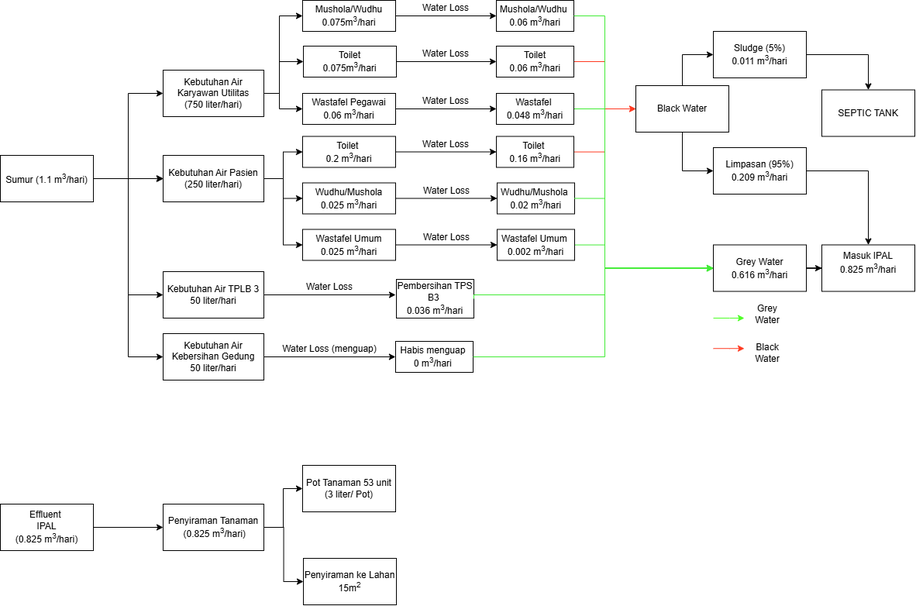
Earlier version of the draw.io export Neraca Air Klinik Surya Medika.drawio.png (famowoiii/envimos_sensot). Source tidied: cells renumbered, new cells last; positions are measured from the earlier drawing's top-left corner, leaving out a move shared by most shapes.
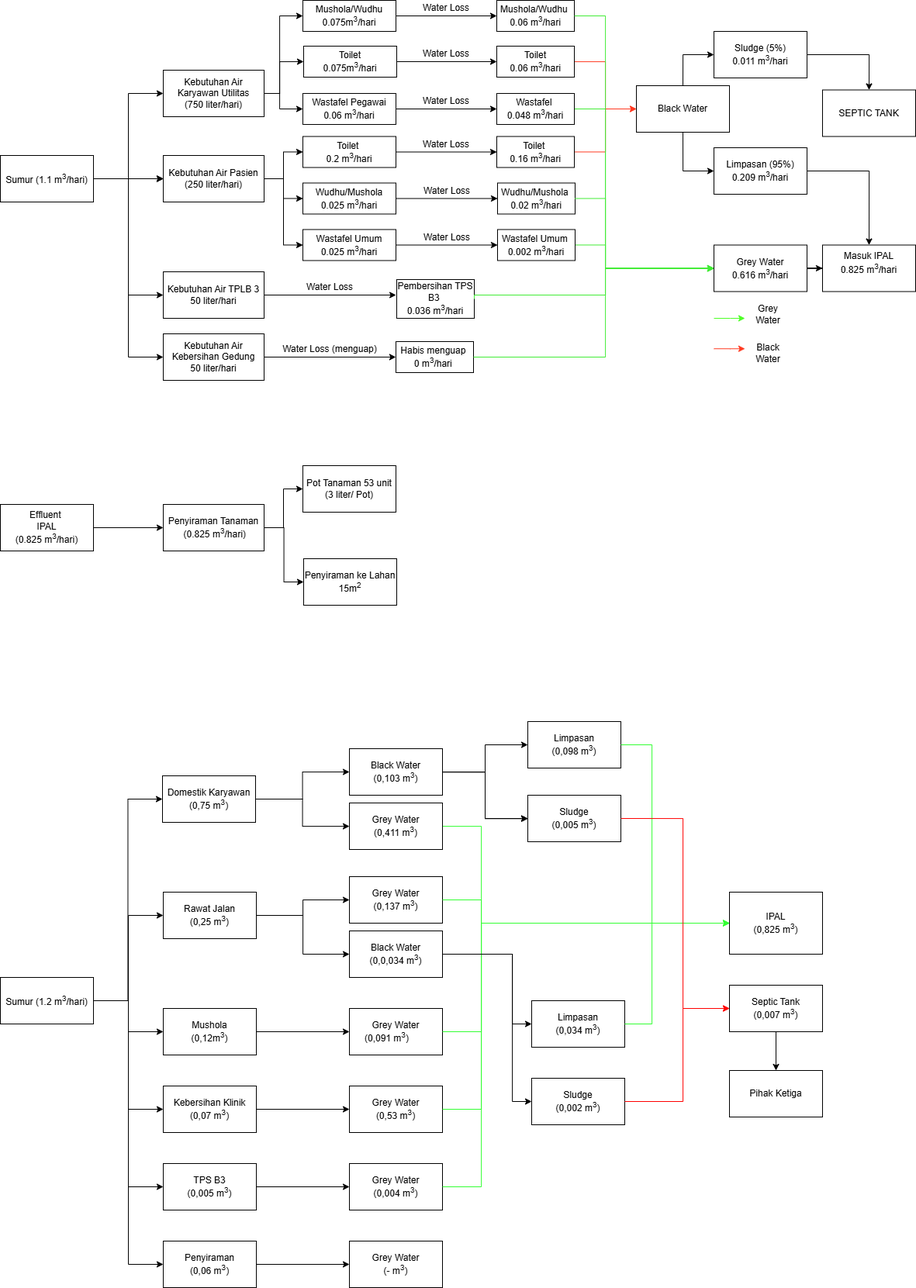
Above is the later version.

What changed in the source:
```diff
@@ -301,5 +301,216 @@
     <mxCell id="79" value="Penyiraman ke Lahan 15m&lt;sup&gt;2&lt;/sup&gt;" style="whiteSpace=wrap;html=1;fontFamily=Arial;rounded=0;labelBorderColor=none;labelBackgroundColor=none;" parent="1" vertex="1">
       <mxGeometry x="391" y="720" width="120" height="60" as="geometry" />
     </mxCell>
+    <mxCell id="80" style="edgeStyle=orthogonalEdgeStyle;rounded=0;jettySize=auto;html=1;entryX=0;entryY=0.5;entryDx=0;entryDy=0;" parent="1" edge="1" source="84" target="87">
+      <mxGeometry relative="1" as="geometry" />
+    </mxCell>
+    <mxCell id="81" style="edgeStyle=orthogonalEdgeStyle;rounded=0;jettySize=auto;html=1;entryX=0;entryY=0.5;entryDx=0;entryDy=0;" parent="1" edge="1" source="84" target="90">
+      <mxGeometry relative="1" as="geometry" />
+    </mxCell>
+    <mxCell id="82" style="edgeStyle=orthogonalEdgeStyle;rounded=0;jettySize=auto;html=1;entryX=0;entryY=0.5;entryDx=0;entryDy=0;" parent="1" edge="1" source="84" target="92">
+      <mxGeometry relative="1" as="geometry" />
+    </mxCell>
+    <mxCell id="83" style="edgeStyle=orthogonalEdgeStyle;rounded=0;jettySize=auto;html=1;" parent="1" edge="1" source="84" target="94">
+      <mxGeometry relative="1" as="geometry" />
+    </mxCell>
+    <mxCell id="84" value="Sumur (1.2 m&lt;sup&gt;3&lt;/sup&gt;/hari)" style="rounded=0;whiteSpace=wrap;html=1;fontFamily=Arial;labelBorderColor=none;labelBackgroundColor=none;" parent="1" vertex="1">
+      <mxGeometry y="1260" width="120" height="60" as="geometry" />
+    </mxCell>
+    <mxCell id="85" style="edgeStyle=orthogonalEdgeStyle;rounded=0;jettySize=auto;html=1;entryX=0;entryY=0.5;entryDx=0;entryDy=0;" parent="1" edge="1" source="87" target="101">
+      <mxGeometry relative="1" as="geometry" />
+    </mxCell>
+    <mxCell id="86" style="edgeStyle=orthogonalEdgeStyle;rounded=0;jettySize=auto;html=1;" parent="1" edge="1" source="87" target="103">
+      <mxGeometry relative="1" as="geometry" />
+    </mxCell>
+    <mxCell id="87" value="Domestik Karyawan&lt;div&gt;(0,75 m&lt;sup&gt;3&lt;/sup&gt;)&lt;/div&gt;" style="whiteSpace=wrap;html=1;fontFamily=Arial;rounded=0;labelBorderColor=none;labelBackgroundColor=none;" parent="1" vertex="1">
+      <mxGeometry x="209" y="1000" width="120" height="60" as="geometry" />
+    </mxCell>
+    <mxCell id="88" style="edgeStyle=orthogonalEdgeStyle;rounded=0;jettySize=auto;html=1;" parent="1" edge="1" source="90" target="104">
+      <mxGeometry relative="1" as="geometry" />
+    </mxCell>
+    <mxCell id="89" style="edgeStyle=orthogonalEdgeStyle;rounded=0;jettySize=auto;html=1;entryX=0;entryY=0.5;entryDx=0;entryDy=0;" parent="1" edge="1" source="90" target="105">
+      <mxGeometry relative="1" as="geometry" />
+    </mxCell>
+    <mxCell id="90" value="Rawat Jalan&lt;div&gt;(0,25 m&lt;sup&gt;3&lt;/sup&gt;)&lt;/div&gt;" style="whiteSpace=wrap;html=1;fontFamily=Arial;rounded=0;labelBorderColor=none;labelBackgroundColor=none;" parent="1" vertex="1">
+      <mxGeometry x="210" y="1150" width="120" height="60" as="geometry" />
+    </mxCell>
+    <mxCell id="91" style="edgeStyle=orthogonalEdgeStyle;rounded=0;jettySize=auto;html=1;" parent="1" edge="1" source="92" target="107">
+      <mxGeometry relative="1" as="geometry" />
+    </mxCell>
+    <mxCell id="92" value="Kebersihan Klinik&lt;div&gt;(0,07 m&lt;sup&gt;3&lt;/sup&gt;)&lt;/div&gt;" style="whiteSpace=wrap;html=1;fontFamily=Arial;rounded=0;labelBorderColor=none;labelBackgroundColor=none;" parent="1" vertex="1">
+      <mxGeometry x="210" y="1400" width="120" height="60" as="geometry" />
+    </mxCell>
+    <mxCell id="93" style="edgeStyle=orthogonalEdgeStyle;rounded=0;jettySize=auto;html=1;" parent="1" edge="1" source="94" target="106">
+      <mxGeometry relative="1" as="geometry" />
+    </mxCell>
+    <mxCell id="94" value="Mushola&lt;div&gt;(0,12m&lt;sup&gt;3&lt;/sup&gt;)&lt;/div&gt;" style="whiteSpace=wrap;html=1;fontFamily=Arial;rounded=0;labelBorderColor=none;labelBackgroundColor=none;" parent="1" vertex="1">
+      <mxGeometry x="210" y="1300" width="120" height="60" as="geometry" />
+    </mxCell>
+    <mxCell id="95" style="edgeStyle=orthogonalEdgeStyle;rounded=0;jettySize=auto;html=1;entryX=0;entryY=0.5;entryDx=0;entryDy=0;" parent="1" edge="1" source="96" target="108">
+      <mxGeometry relative="1" as="geometry" />
+    </mxCell>
+    <mxCell id="96" value="TPS B3&lt;div&gt;(0,005 m&lt;sup&gt;3&lt;/sup&gt;)&lt;/div&gt;" style="whiteSpace=wrap;html=1;fontFamily=Arial;rounded=0;labelBorderColor=none;labelBackgroundColor=none;" parent="1" vertex="1">
+      <mxGeometry x="210" y="1500" width="120" height="60" as="geometry" />
+    </mxCell>
+    <mxCell id="97" style="edgeStyle=orthogonalEdgeStyle;rounded=0;jettySize=auto;html=1;entryX=0;entryY=0.5;entryDx=0;entryDy=0;exitX=1;exitY=0.5;exitDx=0;exitDy=0;" parent="1" edge="1" source="84" target="96">
+      <mxGeometry relative="1" as="geometry" />
+    </mxCell>
+    <mxCell id="98" style="edgeStyle=orthogonalEdgeStyle;rounded=0;jettySize=auto;html=1;" parent="1" edge="1" source="101" target="118">
+      <mxGeometry relative="1" as="geometry" />
+    </mxCell>
+    <mxCell id="99" style="edgeStyle=orthogonalEdgeStyle;rounded=0;jettySize=auto;html=1;" parent="1" edge="1" source="101" target="118">
+      <mxGeometry relative="1" as="geometry" />
+    </mxCell>
+    <mxCell id="100" style="edgeStyle=orthogonalEdgeStyle;rounded=0;jettySize=auto;html=1;" parent="1" edge="1" source="101" target="118">
+      <mxGeometry relative="1" as="geometry" />
+    </mxCell>
+    <mxCell id="101" value="Black Water&lt;div&gt;(0,103 m&lt;sup&gt;3&lt;/sup&gt;)&lt;/div&gt;" style="whiteSpace=wrap;html=1;fontFamily=Arial;rounded=0;labelBorderColor=none;labelBackgroundColor=none;" parent="1" vertex="1">
+      <mxGeometry x="450" y="965" width="120" height="60" as="geometry" />
+    </mxCell>
+    <mxCell id="102" style="edgeStyle=orthogonalEdgeStyle;rounded=0;jettySize=auto;html=1;entryX=0;entryY=0.5;entryDx=0;entryDy=0;strokeColor=#33FF33;" parent="1" edge="1" source="103" target="113">
+      <mxGeometry relative="1" as="geometry">
+        <Array as="points">
+          <mxPoint x="620" y="1065" />
+          <mxPoint x="620" y="1190" />
+        </Array>
+      </mxGeometry>
+    </mxCell>
+    <mxCell id="103" value="Grey Water&lt;div&gt;(0,411 m&lt;sup&gt;3&lt;/sup&gt;)&lt;/div&gt;" style="whiteSpace=wrap;html=1;fontFamily=Arial;rounded=0;labelBorderColor=none;labelBackgroundColor=none;" parent="1" vertex="1">
+      <mxGeometry x="450" y="1035" width="120" height="60" as="geometry" />
+    </mxCell>
+    <mxCell id="104" value="Grey Water&lt;div&gt;(0,137 m&lt;sup&gt;3&lt;/sup&gt;)&lt;/div&gt;" style="whiteSpace=wrap;html=1;fontFamily=Arial;rounded=0;labelBorderColor=none;labelBackgroundColor=none;" parent="1" vertex="1">
+      <mxGeometry x="450" y="1130" width="120" height="60" as="geometry" />
+    </mxCell>
+    <mxCell id="105" value="Black Water&lt;div&gt;(0,0,034 m&lt;sup&gt;3&lt;/sup&gt;)&lt;/div&gt;" style="whiteSpace=wrap;html=1;fontFamily=Arial;rounded=0;labelBorderColor=none;labelBackgroundColor=none;" parent="1" vertex="1">
+      <mxGeometry x="450" y="1200" width="120" height="60" as="geometry" />
+    </mxCell>
+    <mxCell id="106" value="Grey Water&lt;div&gt;(0,091 m&lt;sup&gt;3&lt;/sup&gt;)&lt;span style=&quot;white-space: pre;&quot;&gt;&#9;&lt;/span&gt;&lt;/div&gt;" style="whiteSpace=wrap;html=1;fontFamily=Arial;rounded=0;labelBorderColor=none;labelBackgroundColor=none;" parent="1" vertex="1">
+      <mxGeometry x="450" y="1300" width="120" height="60" as="geometry" />
+    </mxCell>
+    <mxCell id="107" value="Grey Water&lt;div&gt;(0,53 m&lt;sup&gt;3&lt;/sup&gt;)&lt;/div&gt;" style="whiteSpace=wrap;html=1;fontFamily=Arial;rounded=0;labelBorderColor=none;labelBackgroundColor=none;" parent="1" vertex="1">
+      <mxGeometry x="450" y="1400" width="120" height="60" as="geometry" />
+    </mxCell>
+    <mxCell id="108" value="Grey Water&lt;div&gt;(0,004 m&lt;sup&gt;3&lt;/sup&gt;)&lt;/div&gt;" style="whiteSpace=wrap;html=1;fontFamily=Arial;rounded=0;labelBorderColor=none;labelBackgroundColor=none;" parent="1" vertex="1">
+      <mxGeometry x="450" y="1500" width="120" height="60" as="geometry" />
+    </mxCell>
+    <mxCell id="109" style="edgeStyle=orthogonalEdgeStyle;rounded=0;jettySize=auto;html=1;" parent="1" edge="1" source="110" target="112">
+      <mxGeometry relative="1" as="geometry" />
+    </mxCell>
+    <mxCell id="110" value="Penyiraman&lt;div&gt;(0,06 m&lt;sup&gt;3&lt;/sup&gt;)&lt;/div&gt;" style="whiteSpace=wrap;html=1;fontFamily=Arial;rounded=0;labelBorderColor=none;labelBackgroundColor=none;" parent="1" vertex="1">
+      <mxGeometry x="210" y="1600" width="120" height="60" as="geometry" />
+    </mxCell>
+    <mxCell id="111" style="edgeStyle=orthogonalEdgeStyle;rounded=0;jettySize=auto;html=1;entryX=0;entryY=0.5;entryDx=0;entryDy=0;exitX=1;exitY=0.5;exitDx=0;exitDy=0;" parent="1" edge="1" source="84" target="110">
+      <mxGeometry relative="1" as="geometry" />
+    </mxCell>
+    <mxCell id="112" value="Grey Water&lt;div&gt;(- m&lt;sup&gt;3&lt;/sup&gt;)&lt;/div&gt;" style="whiteSpace=wrap;html=1;fontFamily=Arial;rounded=0;labelBorderColor=none;labelBackgroundColor=none;" parent="1" vertex="1">
+      <mxGeometry x="450" y="1600" width="120" height="60" as="geometry" />
+    </mxCell>
+    <mxCell id="113" value="IPAL&lt;div&gt;(0,825 m&lt;sup&gt;3&lt;/sup&gt;)&lt;/div&gt;" style="whiteSpace=wrap;html=1;fontFamily=Arial;rounded=0;labelBorderColor=none;labelBackgroundColor=none;" parent="1" vertex="1">
+      <mxGeometry x="940" y="1150" width="120" height="80" as="geometry" />
+    </mxCell>
+    <mxCell id="114" style="edgeStyle=orthogonalEdgeStyle;rounded=0;jettySize=auto;html=1;entryX=0;entryY=0.5;entryDx=0;entryDy=0;exitX=1;exitY=0.5;exitDx=0;exitDy=0;strokeColor=#33FF33;" parent="1" edge="1" source="104" target="113">
+      <mxGeometry relative="1" as="geometry">
+        <Array as="points">
+          <mxPoint x="620" y="1160" />
+          <mxPoint x="620" y="1190" />
+        </Array>
+      </mxGeometry>
+    </mxCell>
+    <mxCell id="115" style="edgeStyle=orthogonalEdgeStyle;rounded=0;jettySize=auto;html=1;exitX=1;exitY=0.5;exitDx=0;exitDy=0;entryX=0;entryY=0.5;entryDx=0;entryDy=0;strokeColor=#33FF33;" parent="1" edge="1" source="106" target="113">
+      <mxGeometry relative="1" as="geometry">
+        <Array as="points">
+          <mxPoint x="620" y="1330" />
+          <mxPoint x="620" y="1190" />
+        </Array>
+      </mxGeometry>
+    </mxCell>
+    <mxCell id="116" style="edgeStyle=orthogonalEdgeStyle;rounded=0;jettySize=auto;html=1;entryX=0;entryY=0.5;entryDx=0;entryDy=0;exitX=1;exitY=0.5;exitDx=0;exitDy=0;strokeColor=#33FF33;" parent="1" edge="1" source="107" target="113">
+      <mxGeometry relative="1" as="geometry">
+        <Array as="points">
+          <mxPoint x="620" y="1430" />
+          <mxPoint x="620" y="1190" />
+        </Array>
+      </mxGeometry>
+    </mxCell>
+    <mxCell id="117" style="edgeStyle=orthogonalEdgeStyle;rounded=0;jettySize=auto;html=1;entryX=0;entryY=0.5;entryDx=0;entryDy=0;exitX=1;exitY=0.5;exitDx=0;exitDy=0;strokeColor=#33FF33;" parent="1" edge="1" source="108" target="113">
+      <mxGeometry relative="1" as="geometry">
+        <Array as="points">
+          <mxPoint x="620" y="1530" />
+          <mxPoint x="620" y="1190" />
+        </Array>
+      </mxGeometry>
+    </mxCell>
+    <mxCell id="118" value="Sludge&lt;div&gt;(0,005 m&lt;sup&gt;3&lt;/sup&gt;)&lt;/div&gt;" style="whiteSpace=wrap;html=1;fontFamily=Arial;rounded=0;labelBorderColor=none;labelBackgroundColor=none;" parent="1" vertex="1">
+      <mxGeometry x="680" y="1025" width="120" height="60" as="geometry" />
+    </mxCell>
+    <mxCell id="119" value="Limpasan&lt;div&gt;(0,098 m&lt;sup&gt;3&lt;/sup&gt;)&lt;/div&gt;" style="whiteSpace=wrap;html=1;fontFamily=Arial;rounded=0;labelBorderColor=none;labelBackgroundColor=none;" parent="1" vertex="1">
+      <mxGeometry x="680" y="930" width="120" height="60" as="geometry" />
+    </mxCell>
+    <mxCell id="120" style="edgeStyle=orthogonalEdgeStyle;rounded=0;jettySize=auto;html=1;exitX=1;exitY=0.5;exitDx=0;exitDy=0;entryX=0;entryY=0.5;entryDx=0;entryDy=0;" parent="1" edge="1" source="101" target="119">
+      <mxGeometry relative="1" as="geometry" />
+    </mxCell>
+    <mxCell id="121" value="Limpasan&lt;div&gt;(0,034 m&lt;sup&gt;3&lt;/sup&gt;)&lt;/div&gt;" style="whiteSpace=wrap;html=1;fontFamily=Arial;rounded=0;labelBorderColor=none;labelBackgroundColor=none;" parent="1" vertex="1">
+      <mxGeometry x="685" y="1290" width="120" height="60" as="geometry" />
+    </mxCell>
+    <mxCell id="122" style="edgeStyle=orthogonalEdgeStyle;rounded=0;jettySize=auto;html=1;entryX=0;entryY=0.5;entryDx=0;entryDy=0;exitX=1;exitY=0.5;exitDx=0;exitDy=0;" parent="1" edge="1" source="105" target="121">
+      <mxGeometry relative="1" as="geometry">
+        <Array as="points">
+          <mxPoint x="660" y="1230" />
+          <mxPoint x="660" y="1320" />
+        </Array>
+      </mxGeometry>
+    </mxCell>
+    <mxCell id="123" value="Sludge&lt;div&gt;(0,002 m&lt;sup&gt;3&lt;/sup&gt;)&lt;/div&gt;" style="whiteSpace=wrap;html=1;fontFamily=Arial;rounded=0;labelBorderColor=none;labelBackgroundColor=none;" parent="1" vertex="1">
+      <mxGeometry x="685" y="1390" width="120" height="60" as="geometry" />
+    </mxCell>
+    <mxCell id="124" style="edgeStyle=orthogonalEdgeStyle;rounded=0;jettySize=auto;html=1;entryX=0;entryY=0.5;entryDx=0;entryDy=0;exitX=1;exitY=0.5;exitDx=0;exitDy=0;" parent="1" edge="1" source="105" target="123">
+      <mxGeometry relative="1" as="geometry">
+        <Array as="points">
+          <mxPoint x="660" y="1230" />
+          <mxPoint x="660" y="1420" />
+        </Array>
+      </mxGeometry>
+    </mxCell>
+    <mxCell id="125" style="edgeStyle=orthogonalEdgeStyle;rounded=0;jettySize=auto;html=1;entryX=0;entryY=0.5;entryDx=0;entryDy=0;exitX=1;exitY=0.5;exitDx=0;exitDy=0;strokeColor=#33FF33;" parent="1" edge="1" source="121" target="113">
+      <mxGeometry relative="1" as="geometry">
+        <Array as="points">
+          <mxPoint x="840" y="1320" />
+          <mxPoint x="840" y="1190" />
+        </Array>
+      </mxGeometry>
+    </mxCell>
+    <mxCell id="126" style="edgeStyle=orthogonalEdgeStyle;rounded=0;jettySize=auto;html=1;entryX=0;entryY=0.5;entryDx=0;entryDy=0;exitX=1;exitY=0.5;exitDx=0;exitDy=0;strokeColor=#33FF33;" parent="1" edge="1" source="119" target="113">
+      <mxGeometry relative="1" as="geometry">
+        <Array as="points">
+          <mxPoint x="840" y="960" />
+          <mxPoint x="840" y="1190" />
+        </Array>
+      </mxGeometry>
+    </mxCell>
+    <mxCell id="127" style="edgeStyle=orthogonalEdgeStyle;rounded=0;jettySize=auto;html=1;" parent="1" edge="1" source="128" target="131">
+      <mxGeometry relative="1" as="geometry" />
+    </mxCell>
+    <mxCell id="128" value="Septic Tank&lt;div&gt;(0,007 m&lt;sup&gt;3&lt;/sup&gt;)&lt;/div&gt;" style="whiteSpace=wrap;html=1;fontFamily=Arial;rounded=0;labelBorderColor=none;labelBackgroundColor=none;" parent="1" vertex="1">
+      <mxGeometry x="940" y="1270" width="120" height="60" as="geometry" />
+    </mxCell>
+    <mxCell id="129" style="edgeStyle=orthogonalEdgeStyle;rounded=0;jettySize=auto;html=1;entryX=0;entryY=0.5;entryDx=0;entryDy=0;exitX=1;exitY=0.5;exitDx=0;exitDy=0;strokeColor=#FF0000;" parent="1" edge="1" source="123" target="128">
+      <mxGeometry relative="1" as="geometry">
+        <Array as="points">
+          <mxPoint x="880" y="1420" />
+          <mxPoint x="880" y="1300" />
+        </Array>
+      </mxGeometry>
+    </mxCell>
+    <mxCell id="130" style="edgeStyle=orthogonalEdgeStyle;rounded=0;jettySize=auto;html=1;entryX=0;entryY=0.5;entryDx=0;entryDy=0;exitX=1;exitY=0.5;exitDx=0;exitDy=0;strokeColor=#FF0000;" parent="1" edge="1" source="118" target="128">
+      <mxGeometry relative="1" as="geometry">
+        <Array as="points">
+          <mxPoint x="880" y="1055" />
+          <mxPoint x="880" y="1300" />
+        </Array>
+      </mxGeometry>
+    </mxCell>
+    <mxCell id="131" value="Pihak Ketiga" style="whiteSpace=wrap;html=1;fontFamily=Arial;rounded=0;labelBorderColor=none;labelBackgroundColor=none;" parent="1" vertex="1">
+      <mxGeometry x="940" y="1380" width="120" height="60" as="geometry" />
+    </mxCell>
   </root>
 </mxGraphModel>
```
